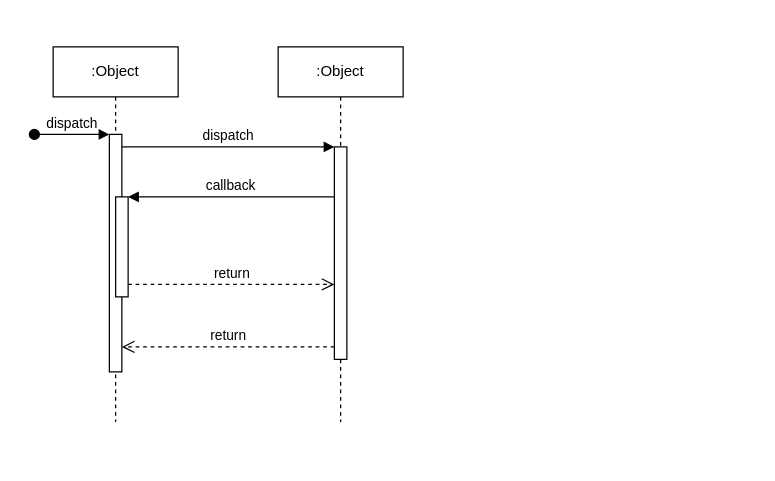
This is Untitled Diagram.drawio from CODEX108/Computer-Security, a draw.io file, before an edit. Source tidied: cells renumbered, new cells numbered last; positions are measured from the earlier drawing's top-left corner, leaving out a move shared by most shapes. Both pictures are drawn from the tidied source at 125%, with x=0, y=0 at pixel (34, 46).
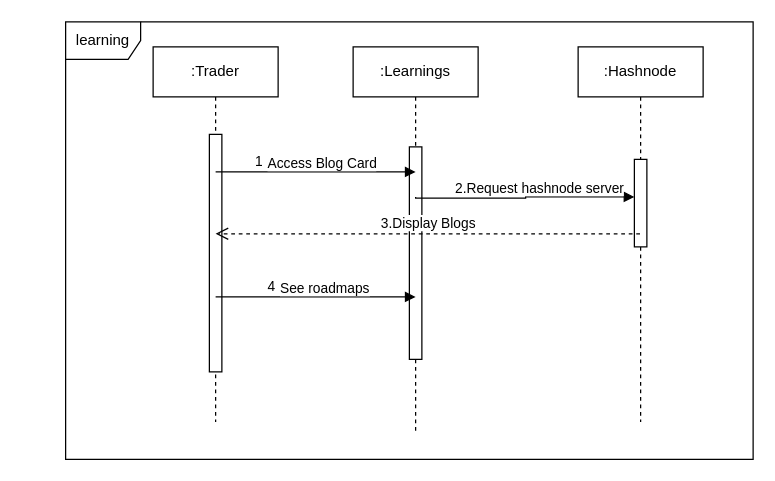
The same diagram, later.

The change refers to these unchanged cells:
```xml
<mxCell id="3" style="html=1;points=[];perimeter=orthogonalPerimeter;outlineConnect=0;targetShapes=umlLifeline;portConstraint=eastwest;newEdgeStyle={&quot;edgeStyle&quot;:&quot;elbowEdgeStyle&quot;,&quot;elbow&quot;:&quot;vertical&quot;,&quot;curved&quot;:0,&quot;rounded&quot;:0};" parent="2" vertex="1">
  <mxGeometry x="45" y="70" width="10" height="190" as="geometry" />
</mxCell>
<mxCell id="7" style="html=1;points=[];perimeter=orthogonalPerimeter;outlineConnect=0;targetShapes=umlLifeline;portConstraint=eastwest;newEdgeStyle={&quot;edgeStyle&quot;:&quot;elbowEdgeStyle&quot;,&quot;elbow&quot;:&quot;vertical&quot;,&quot;curved&quot;:0,&quot;rounded&quot;:0};" parent="6" vertex="1">
  <mxGeometry x="45" y="80" width="10" height="170" as="geometry" />
</mxCell>
```

The edit, as a diff of the source:
```diff
@@
-    <mxCell id="2" value=":Object" style="shape=umlLifeline;perimeter=lifelinePerimeter;whiteSpace=wrap;html=1;newEdgeStyle={&quot;edgeStyle&quot;:&quot;elbowEdgeStyle&quot;,&quot;elbow&quot;:&quot;vertical&quot;,&quot;curved&quot;:0,&quot;rounded&quot;:0};" parent="1" vertex="1">
-      <mxGeometry x="15" width="100" height="300" as="geometry" />
+    <mxCell id="2" value=":Trader" style="shape=umlLifeline;perimeter=lifelinePerimeter;whiteSpace=wrap;html=1;newEdgeStyle={&quot;edgeStyle&quot;:&quot;elbowEdgeStyle&quot;,&quot;elbow&quot;:&quot;vertical&quot;,&quot;curved&quot;:0,&quot;rounded&quot;:0};" parent="1" vertex="1">
+      <mxGeometry x="95" width="100" height="300" as="geometry" />
     </mxCell>
@@
-    <mxCell id="4" value="dispatch" style="html=1;verticalAlign=bottom;startArrow=oval;endArrow=block;startSize=8;edgeStyle=elbowEdgeStyle;elbow=vertical;curved=0;rounded=0;" parent="2" edge="1" target="3">
-      <mxGeometry relative="1" as="geometry">
-        <mxPoint x="-15" y="70" as="sourcePoint" />
-      </mxGeometry>
-    </mxCell>
-    <mxCell id="5" style="html=1;points=[];perimeter=orthogonalPerimeter;outlineConnect=0;targetShapes=umlLifeline;portConstraint=eastwest;newEdgeStyle={&quot;edgeStyle&quot;:&quot;elbowEdgeStyle&quot;,&quot;elbow&quot;:&quot;vertical&quot;,&quot;curved&quot;:0,&quot;rounded&quot;:0};" parent="2" vertex="1">
-      <mxGeometry x="50" y="120" width="10" height="80" as="geometry" />
-    </mxCell>
-    <mxCell id="6" value=":Object" style="shape=umlLifeline;perimeter=lifelinePerimeter;whiteSpace=wrap;html=1;newEdgeStyle={&quot;edgeStyle&quot;:&quot;elbowEdgeStyle&quot;,&quot;elbow&quot;:&quot;vertical&quot;,&quot;curved&quot;:0,&quot;rounded&quot;:0};" parent="1" vertex="1">
-      <mxGeometry x="195" width="100" height="300" as="geometry" />
+    <mxCell id="6" value=":Learnings" style="shape=umlLifeline;perimeter=lifelinePerimeter;whiteSpace=wrap;html=1;newEdgeStyle={&quot;edgeStyle&quot;:&quot;elbowEdgeStyle&quot;,&quot;elbow&quot;:&quot;vertical&quot;,&quot;curved&quot;:0,&quot;rounded&quot;:0};" parent="1" vertex="1">
+      <mxGeometry x="255" width="100" height="310" as="geometry" />
     </mxCell>
@@
-    <mxCell id="8" value="dispatch" style="html=1;verticalAlign=bottom;endArrow=block;edgeStyle=elbowEdgeStyle;elbow=vertical;curved=0;rounded=0;" parent="1" edge="1" source="3" target="7">
-      <mxGeometry relative="1" as="geometry">
-        <Array as="points">
-          <mxPoint x="155" y="80" />
-        </Array>
-      </mxGeometry>
-    </mxCell>
-    <mxCell id="9" value="return" style="html=1;verticalAlign=bottom;endArrow=open;dashed=1;endSize=8;edgeStyle=elbowEdgeStyle;elbow=vertical;curved=0;rounded=0;" parent="1" edge="1" source="7" target="3">
-      <mxGeometry relative="1" as="geometry">
-        <Array as="points">
-          <mxPoint x="165" y="240" />
-        </Array>
-      </mxGeometry>
-    </mxCell>
-    <mxCell id="10" value="callback" style="html=1;verticalAlign=bottom;endArrow=block;edgeStyle=elbowEdgeStyle;elbow=vertical;curved=0;rounded=0;" parent="1" edge="1" source="7" target="5">
-      <mxGeometry relative="1" as="geometry">
-        <Array as="points">
-          <mxPoint x="165" y="120" />
-        </Array>
-      </mxGeometry>
-    </mxCell>
-    <mxCell id="11" value="return" style="html=1;verticalAlign=bottom;endArrow=open;dashed=1;endSize=8;edgeStyle=elbowEdgeStyle;elbow=vertical;curved=0;rounded=0;" parent="1" edge="1" source="5" target="7">
-      <mxGeometry relative="1" as="geometry">
-        <Array as="points">
-          <mxPoint x="155" y="190" />
-        </Array>
-      </mxGeometry>
-    </mxCell>
+    <mxCell id="12" value=":Hashnode" style="shape=umlLifeline;perimeter=lifelinePerimeter;whiteSpace=wrap;html=1;outlineConnect=0;portConstraint=eastwest;newEdgeStyle={&quot;curved&quot;:0,&quot;rounded&quot;:0};" parent="1" vertex="1">
+      <mxGeometry x="435" width="100" height="300" as="geometry" />
+    </mxCell>
+    <mxCell id="13" style="html=1;points=[[0,0,0,0,5],[0,1,0,0,-5],[1,0,0,0,5],[1,1,0,0,-5]];perimeter=orthogonalPerimeter;outlineConnect=0;targetShapes=umlLifeline;portConstraint=eastwest;newEdgeStyle={&quot;curved&quot;:0,&quot;rounded&quot;:0};" parent="12" vertex="1">
+      <mxGeometry x="45" y="90" width="10" height="70" as="geometry" />
+    </mxCell>
+    <mxCell id="14" value="Access Blog Card" style="endArrow=block;endFill=1;html=1;edgeStyle=orthogonalEdgeStyle;align=left;verticalAlign=top;rounded=0;" parent="1" edge="1">
+      <mxGeometry x="-0.5" y="20" relative="1" as="geometry">
+        <mxPoint x="145" y="100" as="sourcePoint" />
+        <mxPoint x="305" y="100" as="targetPoint" />
+      </mxGeometry>
+    </mxCell>
+    <mxCell id="15" value="1" style="edgeLabel;html=1;align=left;verticalAlign=bottom;" parent="14" vertex="1">
+      <mxGeometry x="-1" relative="1" as="geometry">
+        <mxPoint x="30" as="offset" />
+      </mxGeometry>
+    </mxCell>
+    <mxCell id="16" value="2.Request hashnode server" style="endArrow=block;endFill=1;html=1;edgeStyle=orthogonalEdgeStyle;align=left;verticalAlign=top;rounded=0;" parent="1" edge="1" target="13">
+      <mxGeometry x="-0.65" y="21" relative="1" as="geometry">
+        <mxPoint x="305" y="120" as="sourcePoint" />
+        <Array as="points">
+          <mxPoint x="305" y="121" />
+          <mxPoint x="393" y="121" />
+          <mxPoint x="393" y="120" />
+        </Array>
+      </mxGeometry>
+    </mxCell>
+    <mxCell id="17" value="3.Display Blogs" style="html=1;verticalAlign=bottom;endArrow=open;dashed=1;endSize=8;curved=0;rounded=0;" parent="1" edge="1" source="12">
+      <mxGeometry relative="1" as="geometry">
+        <mxPoint x="145" y="149.5" as="targetPoint" />
+      </mxGeometry>
+    </mxCell>
+    <mxCell id="18" value="See roadmaps" style="endArrow=block;endFill=1;html=1;edgeStyle=orthogonalEdgeStyle;align=left;verticalAlign=top;rounded=0;" parent="1" edge="1">
+      <mxGeometry x="-0.38" y="20" relative="1" as="geometry">
+        <mxPoint x="145" y="200" as="sourcePoint" />
+        <mxPoint x="305" y="200" as="targetPoint" />
+      </mxGeometry>
+    </mxCell>
+    <mxCell id="19" value="4" style="edgeLabel;html=1;align=left;verticalAlign=bottom;" parent="18" vertex="1">
+      <mxGeometry x="-1" relative="1" as="geometry">
+        <mxPoint x="40" as="offset" />
+      </mxGeometry>
+    </mxCell>
+    <mxCell id="20" value="learning" style="shape=umlFrame;whiteSpace=wrap;html=1;" parent="1" vertex="1">
+      <mxGeometry x="25" y="-20" width="550" height="350" as="geometry" />
+    </mxCell>
```
